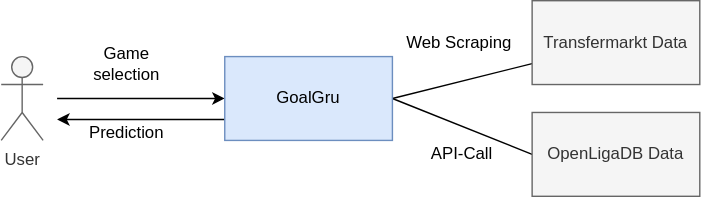
Earlier version of the draw.io export sys-doc/techrep_src/GoalGuru_Kontextabgrenzung.drawio.svg (bernhard759/BCN-2024SS-TeamGelb-GoalGuru). Source tidied: cells renumbered, new cells last; positions are measured from the earlier drawing's top-left corner, leaving out a move shared by most shapes. Its diagram source:
```xml
<mxGraphModel>
  <root>
    <mxCell id="0" />
    <mxCell id="1" parent="0" />
    <mxCell id="2" style="group;" parent="1" vertex="1">
      <mxGeometry width="500" height="140" as="geometry" />
    </mxCell>
    <mxCell id="3" value="User" style="shape=umlActor;verticalLabelPosition=bottom;verticalAlign=top;html=1;fillColor=#f5f5f5;fontColor=#333333;strokeColor=#666666;" parent="2" vertex="1">
      <mxGeometry y="40" width="30" height="60" as="geometry" />
    </mxCell>
    <mxCell id="4" style="rounded=0;jettySize=auto;html=1;exitX=1;exitY=0.5;exitDx=0;exitDy=0;entryX=0;entryY=0.5;entryDx=0;entryDy=0;endArrow=none;endFill=0;startArrow=none;startFill=0;" parent="2" edge="1" source="8" target="10">
      <mxGeometry relative="1" as="geometry" />
    </mxCell>
    <mxCell id="5" style="rounded=0;jettySize=auto;html=1;exitX=1;exitY=0.5;exitDx=0;exitDy=0;endArrow=none;endFill=0;startArrow=none;startFill=0;" parent="2" edge="1" source="8" target="9">
      <mxGeometry relative="1" as="geometry" />
    </mxCell>
    <mxCell id="6" style="edgeStyle=orthogonalEdgeStyle;rounded=0;jettySize=auto;html=1;exitX=0;exitY=0.5;exitDx=0;exitDy=0;endArrow=none;endFill=0;startArrow=classic;startFill=1;" parent="2" edge="1" source="8">
      <mxGeometry relative="1" as="geometry">
        <mxPoint x="40" y="70" as="targetPoint" />
      </mxGeometry>
    </mxCell>
    <mxCell id="7" style="edgeStyle=orthogonalEdgeStyle;rounded=0;jettySize=auto;html=1;exitX=0;exitY=0.75;exitDx=0;exitDy=0;" parent="2" edge="1" source="8">
      <mxGeometry relative="1" as="geometry">
        <mxPoint x="40" y="85" as="targetPoint" />
      </mxGeometry>
    </mxCell>
    <mxCell id="8" value="GoalGru" style="rounded=0;whiteSpace=wrap;html=1;fillColor=#dae8fc;strokeColor=#6c8ebf;" parent="2" vertex="1">
      <mxGeometry x="160" y="40" width="120" height="60" as="geometry" />
    </mxCell>
    <mxCell id="9" value="Transfermarkt Data" style="rounded=0;whiteSpace=wrap;html=1;fillColor=#f5f5f5;strokeColor=#666666;fontColor=#333333;" parent="2" vertex="1">
      <mxGeometry x="380" width="120" height="60" as="geometry" />
    </mxCell>
    <mxCell id="10" value="OpenLigaDB Data" style="rounded=0;whiteSpace=wrap;html=1;fillColor=#f5f5f5;strokeColor=#666666;fontColor=#333333;" parent="2" vertex="1">
      <mxGeometry x="380" y="80" width="120" height="60" as="geometry" />
    </mxCell>
    <mxCell id="11" value="Game selection" style="text;html=1;align=center;verticalAlign=middle;whiteSpace=wrap;rounded=0;" parent="2" vertex="1">
      <mxGeometry x="60" y="30" width="60" height="30" as="geometry" />
    </mxCell>
    <mxCell id="12" value="Web Scraping" style="text;html=1;align=center;verticalAlign=middle;whiteSpace=wrap;rounded=0;" parent="2" vertex="1">
      <mxGeometry x="283" y="15" width="90" height="30" as="geometry" />
    </mxCell>
    <mxCell id="13" value="API-Call" style="text;html=1;align=center;verticalAlign=middle;whiteSpace=wrap;rounded=0;" parent="2" vertex="1">
      <mxGeometry x="300" y="95" width="60" height="30" as="geometry" />
    </mxCell>
    <mxCell id="14" value="Prediction" style="text;html=1;align=center;verticalAlign=middle;whiteSpace=wrap;rounded=0;" parent="2" vertex="1">
      <mxGeometry x="60" y="80" width="60" height="30" as="geometry" />
    </mxCell>
  </root>
</mxGraphModel>
```
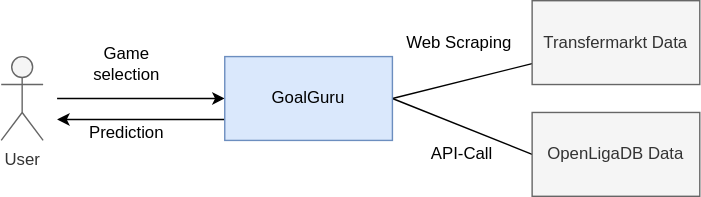
Later version of the same file.

What changed in the source:
```diff
@@ -24,7 +24,7 @@
         <mxPoint x="40" y="85" as="targetPoint" />
       </mxGeometry>
     </mxCell>
-    <mxCell id="8" value="GoalGru" style="rounded=0;whiteSpace=wrap;html=1;fillColor=#dae8fc;strokeColor=#6c8ebf;" parent="2" vertex="1">
+    <mxCell id="8" value="GoalGuru" style="rounded=0;whiteSpace=wrap;html=1;fillColor=#dae8fc;strokeColor=#6c8ebf;" parent="2" vertex="1">
       <mxGeometry x="160" y="40" width="120" height="60" as="geometry" />
     </mxCell>
     <mxCell id="9" value="Transfermarkt Data" style="rounded=0;whiteSpace=wrap;html=1;fillColor=#f5f5f5;strokeColor=#666666;fontColor=#333333;" parent="2" vertex="1">
```
